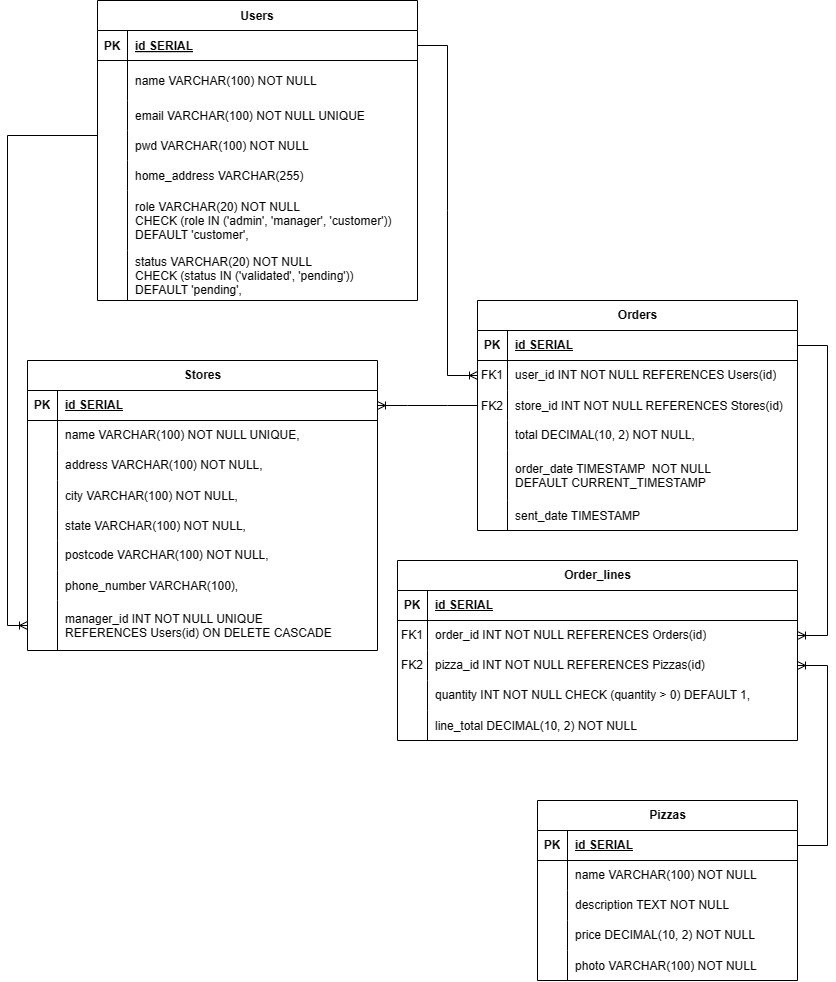
The draw.io diagram src/bd_info/modelo_ER.drawio.png in guoruipan/pitsa-jaus, before a commit. Source tidied: cells renumbered, new cells last; positions are measured from the earlier drawing's top-left corner, leaving out a move shared by most shapes.
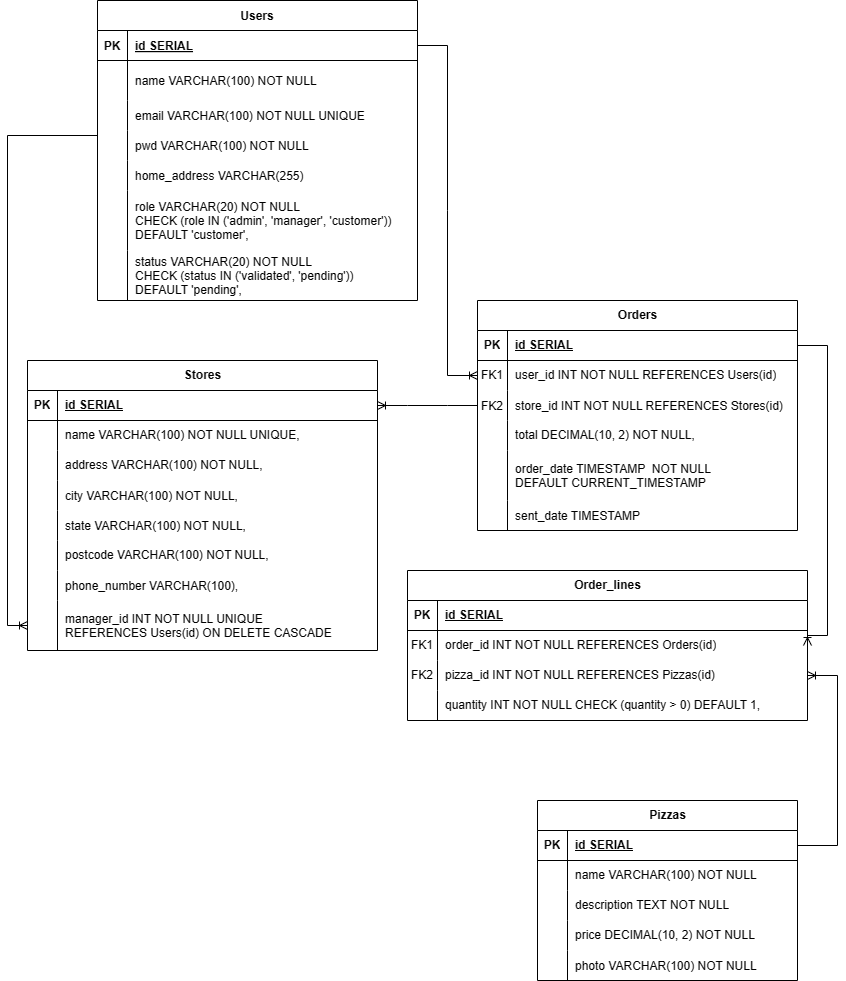
After the commit.

Change to the diagram source:
```diff
@@ -177,7 +177,7 @@
       <mxGeometry relative="1" as="geometry" />
     </mxCell>
     <mxCell id="60" value="Order_lines" style="shape=table;startSize=30;rowLines=0;fontStyle=1;align=center;html=1;" parent="1" vertex="1">
-      <mxGeometry x="390" y="560" width="400" height="180" as="geometry" />
+      <mxGeometry x="400" y="570" width="400" height="150" as="geometry" />
     </mxCell>
     <mxCell id="61" style="shape=tableRow;horizontal=0;startSize=0;swimlaneHead=0;swimlaneBody=0;fillColor=none;top=0;left=0;right=0;bottom=1;" parent="60" vertex="1">
       <mxGeometry y="30" width="400" height="30" as="geometry" />
@@ -215,15 +215,6 @@
     <mxCell id="72" value="quantity INT&amp;nbsp;NOT NULL CHECK (quantity &amp;gt; 0) DEFAULT 1," style="shape=partialRectangle;fillColor=none;top=0;left=0;bottom=0;right=0;align=left;spacingLeft=6;overflow=hidden;whiteSpace=wrap;html=1;" parent="70" vertex="1">
       <mxGeometry x="30" width="370" height="30" as="geometry" />
     </mxCell>
-    <mxCell id="73" style="shape=tableRow;horizontal=0;startSize=0;swimlaneHead=0;swimlaneBody=0;fillColor=none;top=0;left=0;right=0;bottom=0;" parent="60" vertex="1">
-      <mxGeometry y="150" width="400" height="30" as="geometry" />
-    </mxCell>
-    <mxCell id="74" style="shape=partialRectangle;fillColor=none;top=0;left=0;bottom=0;right=0;overflow=hidden;" parent="73" vertex="1">
-      <mxGeometry width="30" height="30" as="geometry" />
-    </mxCell>
-    <mxCell id="75" value="line_total DECIMAL(10, 2) NOT NULL" style="shape=partialRectangle;fillColor=none;top=0;left=0;bottom=0;right=0;align=left;spacingLeft=6;overflow=hidden;" parent="73" vertex="1">
-      <mxGeometry x="30" width="370" height="30" as="geometry" />
-    </mxCell>
     <mxCell id="76" style="fontSize=12;html=1;endArrow=ERoneToMany;rounded=0;entryX=1;entryY=0.5;entryDx=0;entryDy=0;exitX=1;exitY=0.5;exitDx=0;exitDy=0;edgeStyle=orthogonalEdgeStyle;" parent="1" edge="1" source="41" target="64">
       <mxGeometry relative="1" as="geometry">
         <Array as="points">
```
